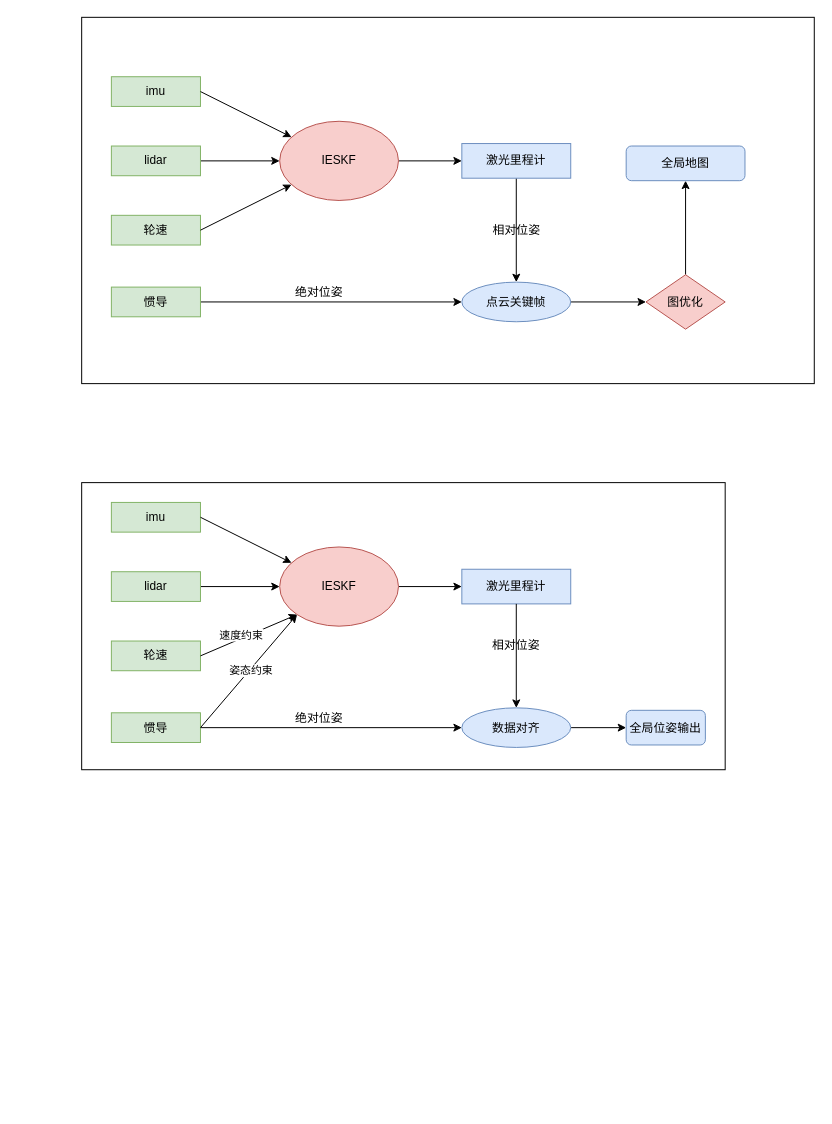
The draw.io diagram 激光匹配定位与建图.drawio in 567lxd/daily_work, before the edit. Source tidied: cells renumbered, new cells numbered last; positions are measured from the earlier drawing's top-left corner, leaving out a move shared by most shapes. Both pictures are drawn from the tidied source at 99%, with x=0, y=0 at pixel (81, 17).
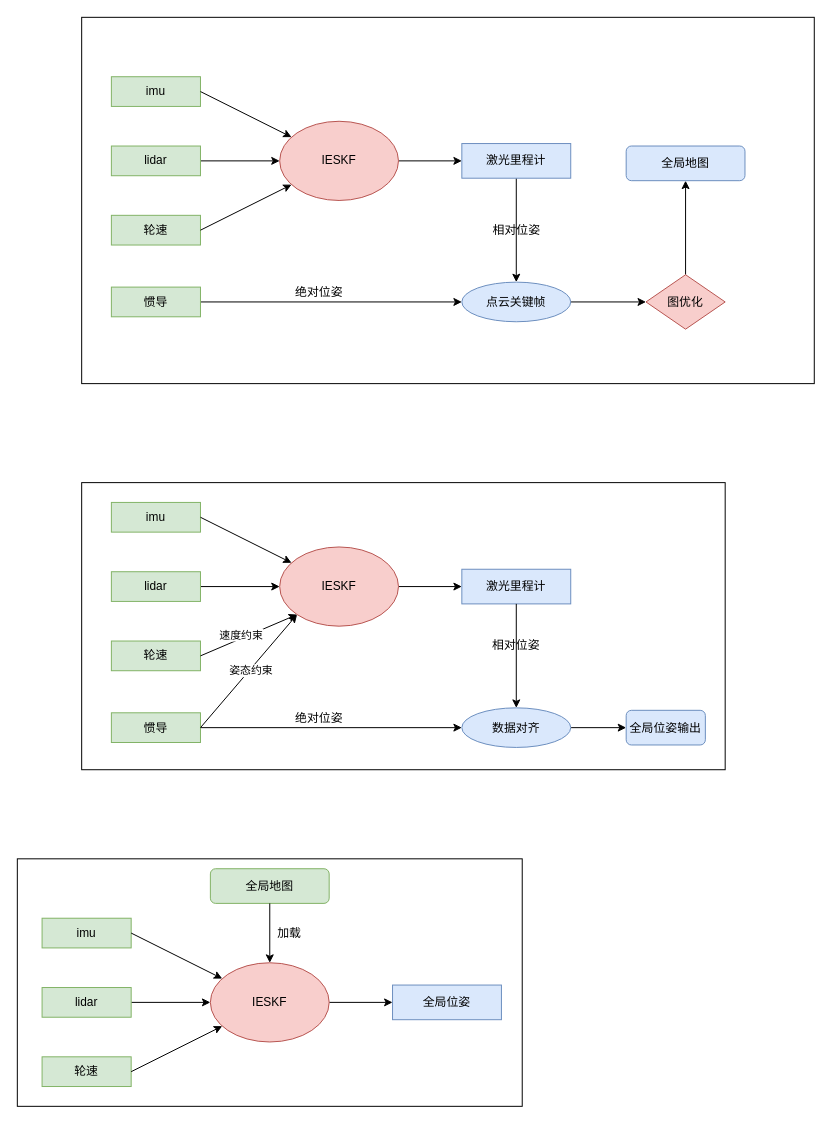
Above is the later version.

Commit message:
更新激光匹配定位与建图.drawio

What changed in the source:
```diff
@@
+    <mxCell id="43" style="rounded=0;whiteSpace=wrap;html=1;" parent="1" vertex="1">
+      <mxGeometry x="-65" y="850" width="510" height="250" as="geometry" />
+    </mxCell>
+    <mxCell id="44" value="imu" style="rounded=0;whiteSpace=wrap;html=1;fillColor=#d5e8d4;strokeColor=#82b366;" parent="1" vertex="1">
+      <mxGeometry x="-40" y="910" width="90" height="30" as="geometry" />
+    </mxCell>
+    <mxCell id="45" style="edgeStyle=orthogonalEdgeStyle;rounded=0;jettySize=auto;html=1;entryX=0;entryY=0.5;entryDx=0;entryDy=0;" parent="1" edge="1" source="46" target="49">
+      <mxGeometry relative="1" as="geometry" />
+    </mxCell>
+    <mxCell id="46" value="lidar" style="rounded=0;whiteSpace=wrap;html=1;fillColor=#d5e8d4;strokeColor=#82b366;" parent="1" vertex="1">
+      <mxGeometry x="-40" y="980" width="90" height="30" as="geometry" />
+    </mxCell>
+    <mxCell id="47" value="轮速" style="rounded=0;whiteSpace=wrap;html=1;fillColor=#d5e8d4;strokeColor=#82b366;" parent="1" vertex="1">
+      <mxGeometry x="-40" y="1050" width="90" height="30" as="geometry" />
+    </mxCell>
+    <mxCell id="48" style="edgeStyle=orthogonalEdgeStyle;rounded=0;jettySize=auto;html=1;" parent="1" edge="1" source="49" target="52">
+      <mxGeometry relative="1" as="geometry" />
+    </mxCell>
+    <mxCell id="49" value="IESKF" style="ellipse;whiteSpace=wrap;html=1;fillColor=#f8cecc;strokeColor=#b85450;" parent="1" vertex="1">
+      <mxGeometry x="130" y="955" width="120" height="80" as="geometry" />
+    </mxCell>
+    <mxCell id="50" style="endArrow=classic;html=1;rounded=0;exitX=1;exitY=0.5;exitDx=0;exitDy=0;" parent="1" edge="1" source="44" target="49">
+      <mxGeometry relative="1" as="geometry" />
+    </mxCell>
+    <mxCell id="51" style="endArrow=classic;html=1;rounded=0;exitX=1;exitY=0.5;exitDx=0;exitDy=0;" parent="1" edge="1" source="47" target="49">
+      <mxGeometry relative="1" as="geometry" />
+    </mxCell>
+    <mxCell id="52" value="全局位姿" style="rounded=0;whiteSpace=wrap;html=1;fillColor=#dae8fc;strokeColor=#6c8ebf;" parent="1" vertex="1">
+      <mxGeometry x="314" y="977.5" width="110" height="35" as="geometry" />
+    </mxCell>
+    <mxCell id="53" value="全局地图" style="rounded=1;whiteSpace=wrap;html=1;fillColor=#d5e8d4;strokeColor=#82b366;" parent="1" vertex="1">
+      <mxGeometry x="130" y="860" width="120" height="35" as="geometry" />
+    </mxCell>
+    <mxCell id="54" style="endArrow=classic;html=1;rounded=0;exitX=0.5;exitY=1;exitDx=0;exitDy=0;" parent="1" edge="1" source="53" target="49">
+      <mxGeometry relative="1" as="geometry" />
+    </mxCell>
+    <mxCell id="55" value="加载" style="text;html=1;align=center;verticalAlign=middle;whiteSpace=wrap;rounded=0;" parent="1" vertex="1">
+      <mxGeometry x="180" y="910" width="60" height="30" as="geometry" />
+    </mxCell>
```
